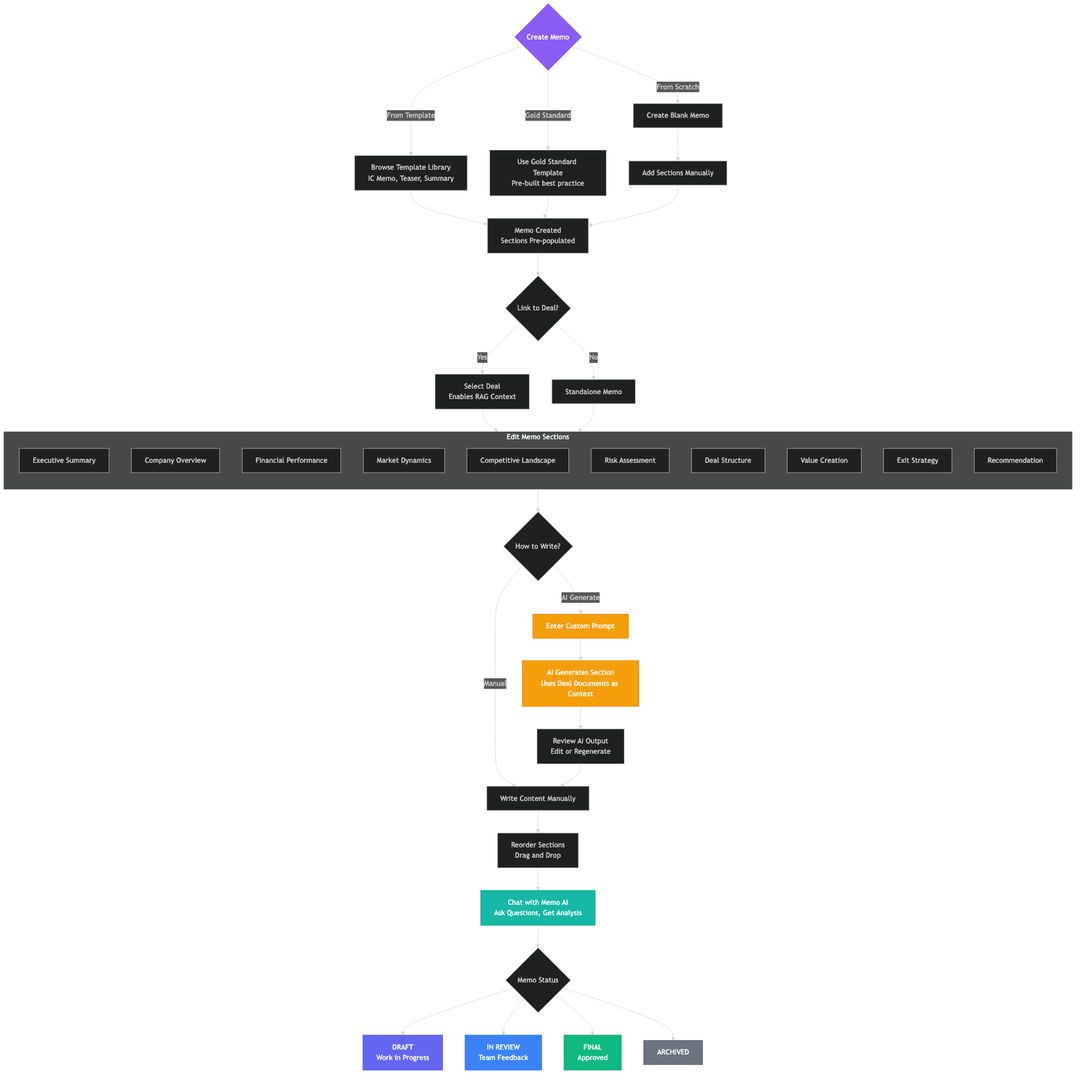
Before: docs/diagrams/04-memo-builder-flow.png, a diagram exported from Mermaid (ganeshjagtap7/pe-dealstack). Its source is kept beside it as docs/diagrams/04-memo-builder-flow.mmd.
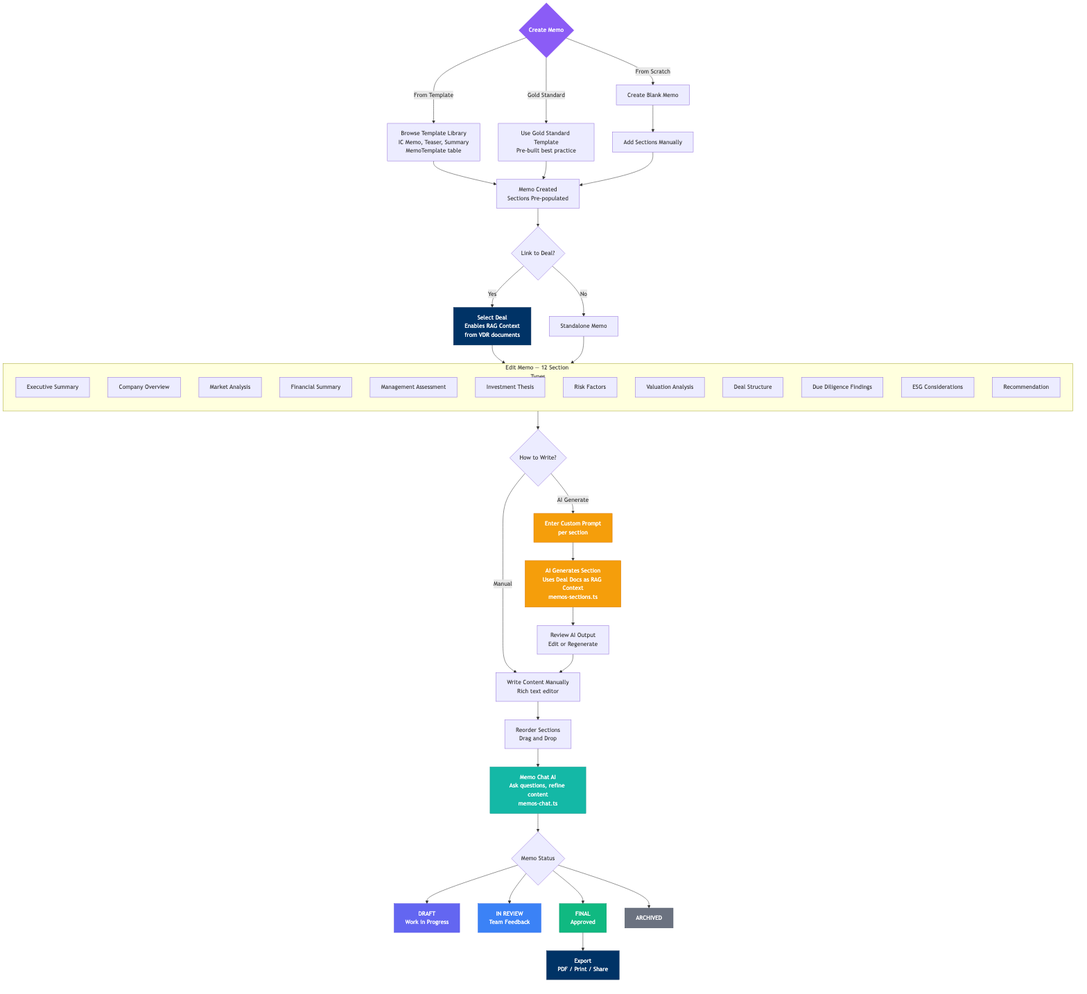
After the commit.

Change to the diagram source:
```diff
@@ -1,7 +1,8 @@
 flowchart TD
     Start{Create Memo}
     Start -->|From Template| PickTemplate["Browse Template Library
-    IC Memo, Teaser, Summary"]
+    IC Memo, Teaser, Summary
+    MemoTemplate table"]
     Start -->|From Scratch| BlankMemo["Create Blank Memo"]
     Start -->|Gold Standard| GoldTemplate["Use Gold Standard Template
     Pre-built best practice"]
@@ -14,38 +15,45 @@
 
     CreateMemo --> LinkDeal{"Link to Deal?"}
     LinkDeal -->|Yes| SelectDeal["Select Deal
-    Enables RAG Context"]
+    Enables RAG Context
+    from VDR documents"]
     LinkDeal -->|No| Standalone["Standalone Memo"]
     SelectDeal --> EditMemo
     Standalone --> EditMemo
 
-    subgraph EditMemo["Edit Memo Sections"]
+    subgraph EditMemo["Edit Memo — 12 Section Types"]
         direction TB
         S1["Executive Summary"]
         S2["Company Overview"]
-        S3["Financial Performance"]
-        S4["Market Dynamics"]
-        S5["Competitive Landscape"]
-        S6["Risk Assessment"]
-        S7["Deal Structure"]
-        S8["Value Creation"]
-        S9["Exit Strategy"]
-        S10["Recommendation"]
+        S3["Market Analysis"]
+        S4["Financial Summary"]
+        S5["Management Assessment"]
+        S6["Investment Thesis"]
+        S7["Risk Factors"]
+        S8["Valuation Analysis"]
+        S9["Deal Structure"]
+        S10["Due Diligence Findings"]
+        S11["ESG Considerations"]
+        S12["Recommendation"]
     end
 
     EditMemo --> WriteMethod{How to Write?}
-    WriteMethod -->|Manual| ManualWrite["Write Content Manually"]
-    WriteMethod -->|AI Generate| AIPrompt["Enter Custom Prompt"]
+    WriteMethod -->|Manual| ManualWrite["Write Content Manually
+    Rich text editor"]
+    WriteMethod -->|AI Generate| AIPrompt["Enter Custom Prompt
+    per section"]
     AIPrompt --> AIGenerate["AI Generates Section
-    Uses Deal Documents as Context"]
+    Uses Deal Docs as RAG Context
+    memos-sections.ts"]
     AIGenerate --> ReviewAI["Review AI Output
     Edit or Regenerate"]
     ReviewAI --> ManualWrite
 
     ManualWrite --> Reorder["Reorder Sections
     Drag and Drop"]
-    Reorder --> MemoChat["Chat with Memo AI
-    Ask Questions, Get Analysis"]
+    Reorder --> MemoChat["Memo Chat AI
+    Ask questions, refine content
+    memos-chat.ts"]
 
     MemoChat --> Status{Memo Status}
     Status --> Draft["DRAFT
@@ -56,11 +64,16 @@
     Approved"]
     Status --> Archived["ARCHIVED"]
 
+    Final --> Export["Export
+    PDF / Print / Share"]
+
     style Start fill:#8b5cf6,color:#fff,stroke:#7c3aed
+    style SelectDeal fill:#003366,color:#fff,stroke:#002855
     style AIGenerate fill:#f59e0b,color:#fff,stroke:#d97706
     style AIPrompt fill:#f59e0b,color:#fff,stroke:#d97706
+    style MemoChat fill:#14b8a6,color:#fff,stroke:#0d9488
     style Draft fill:#6366f1,color:#fff,stroke:#4f46e5
     style Review fill:#3b82f6,color:#fff,stroke:#2563eb
     style Final fill:#10b981,color:#fff,stroke:#059669
     style Archived fill:#6b7280,color:#fff,stroke:#4b5563
-    style MemoChat fill:#14b8a6,color:#fff,stroke:#0d9488
+    style Export fill:#003366,color:#fff,stroke:#002855
```
